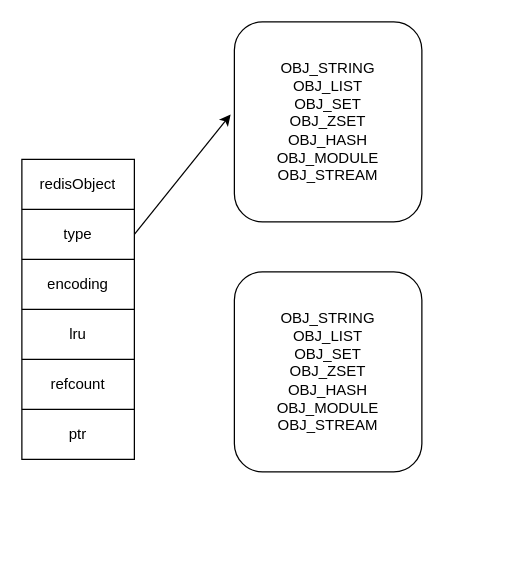
Earlier version of the draw.io diagram redis/redisObject.drawio (erlieStar/diagrams). Source tidied: cells renumbered, new cells numbered last; positions are measured from the earlier drawing's top-left corner, leaving out a move shared by most shapes. Both pictures are drawn from the tidied source at 125%, with x=0, y=0 at pixel (21, 21).
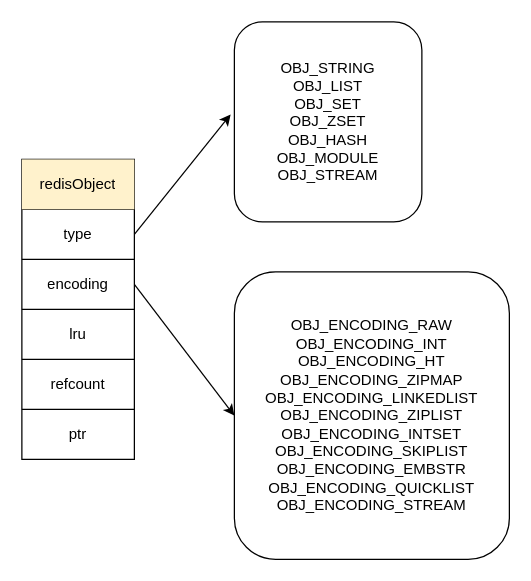
The same page after the edit.

Change to the diagram source:
```diff
@@
 <mxGraphModel>
   <root>
     <mxCell id="0" />
     <mxCell id="1" parent="0" />
     <mxCell id="2" style="shape=table;html=1;whiteSpace=wrap;startSize=0;childLayout=tableLayout;" parent="1" vertex="1">
       <mxGeometry y="110" width="90" height="240" as="geometry" />
     </mxCell>
     <mxCell id="3" style="shape=partialRectangle;html=1;whiteSpace=wrap;fillColor=none;top=0;left=0;bottom=0;right=0;" parent="2" vertex="1">
       <mxGeometry width="90" height="40" as="geometry" />
     </mxCell>
-    <mxCell id="4" value="redisObject" style="shape=partialRectangle;html=1;whiteSpace=wrap;fillColor=none;top=0;left=0;bottom=0;right=0;overflow=hidden;" parent="3" vertex="1">
+    <mxCell id="4" value="redisObject" style="shape=partialRectangle;html=1;whiteSpace=wrap;fillColor=#fff2cc;top=0;left=0;bottom=0;right=0;overflow=hidden;strokeColor=#d6b656;" parent="3" vertex="1">
       <mxGeometry width="90" height="40" as="geometry" />
     </mxCell>
     <mxCell id="5" style="shape=partialRectangle;html=1;whiteSpace=wrap;fillColor=none;top=0;left=0;bottom=0;right=0;points=[[0,0.5],[1,0.5]];portConstraint=eastwest;" parent="2" vertex="1">
       <mxGeometry y="40" width="90" height="40" as="geometry" />
     </mxCell>
     <mxCell id="6" value="type" style="shape=partialRectangle;html=1;whiteSpace=wrap;fillColor=none;top=0;left=0;bottom=0;right=0;overflow=hidden;" parent="5" vertex="1">
       <mxGeometry width="90" height="40" as="geometry" />
     </mxCell>
     <mxCell id="7" style="shape=partialRectangle;html=1;whiteSpace=wrap;fillColor=none;top=0;left=0;bottom=0;right=0;points=[[0,0.5],[1,0.5]];portConstraint=eastwest;" parent="2" vertex="1">
       <mxGeometry y="80" width="90" height="40" as="geometry" />
     </mxCell>
     <mxCell id="8" value="encoding" style="shape=partialRectangle;html=1;whiteSpace=wrap;fillColor=none;top=0;left=0;bottom=0;right=0;overflow=hidden;" parent="7" vertex="1">
       <mxGeometry width="90" height="40" as="geometry" />
     </mxCell>
     <mxCell id="9" style="shape=partialRectangle;html=1;whiteSpace=wrap;fillColor=none;top=0;left=0;bottom=0;right=0;" parent="2" vertex="1">
       <mxGeometry y="120" width="90" height="40" as="geometry" />
     </mxCell>
     <mxCell id="10" value="lru" style="shape=partialRectangle;html=1;whiteSpace=wrap;fillColor=none;top=0;left=0;bottom=0;right=0;overflow=hidden;" parent="9" vertex="1">
       <mxGeometry width="90" height="40" as="geometry" />
     </mxCell>
     <mxCell id="11" style="shape=partialRectangle;html=1;whiteSpace=wrap;fillColor=none;top=0;left=0;bottom=0;right=0;" parent="2" vertex="1">
       <mxGeometry y="160" width="90" height="40" as="geometry" />
     </mxCell>
     <mxCell id="12" value="refcount" style="shape=partialRectangle;html=1;whiteSpace=wrap;fillColor=none;top=0;left=0;bottom=0;right=0;overflow=hidden;" parent="11" vertex="1">
       <mxGeometry width="90" height="40" as="geometry" />
     </mxCell>
     <mxCell id="13" style="shape=partialRectangle;html=1;whiteSpace=wrap;fillColor=none;top=0;left=0;bottom=0;right=0;" parent="2" vertex="1">
       <mxGeometry y="200" width="90" height="40" as="geometry" />
     </mxCell>
     <mxCell id="14" value="ptr" style="shape=partialRectangle;html=1;whiteSpace=wrap;fillColor=none;top=0;left=0;bottom=0;right=0;overflow=hidden;" parent="13" vertex="1">
       <mxGeometry width="90" height="40" as="geometry" />
     </mxCell>
     <mxCell id="15" value="&lt;div&gt;OBJ_STRING&lt;/div&gt;&lt;div&gt;OBJ_LIST&lt;/div&gt;&lt;div&gt;OBJ_SET&lt;/div&gt;&lt;div&gt;OBJ_ZSET&lt;/div&gt;&lt;div&gt;OBJ_HASH&lt;/div&gt;&lt;div&gt;OBJ_MODULE&lt;/div&gt;&lt;div&gt;OBJ_STREAM&lt;/div&gt;" style="rounded=1;whiteSpace=wrap;html=1;" parent="1" vertex="1">
       <mxGeometry x="170" width="150" height="160" as="geometry" />
     </mxCell>
     <mxCell id="16" style="rounded=0;jettySize=auto;html=1;exitX=1;exitY=0.5;exitDx=0;exitDy=0;entryX=-0.02;entryY=0.463;entryDx=0;entryDy=0;entryPerimeter=0;" parent="1" edge="1" source="5" target="15">
       <mxGeometry relative="1" as="geometry" />
     </mxCell>
-    <mxCell id="17" value="&lt;div&gt;OBJ_STRING&lt;/div&gt;&lt;div&gt;OBJ_LIST&lt;/div&gt;&lt;div&gt;OBJ_SET&lt;/div&gt;&lt;div&gt;OBJ_ZSET&lt;/div&gt;&lt;div&gt;OBJ_HASH&lt;/div&gt;&lt;div&gt;OBJ_MODULE&lt;/div&gt;&lt;div&gt;OBJ_STREAM&lt;/div&gt;" style="rounded=1;whiteSpace=wrap;html=1;" parent="1" vertex="1">
-      <mxGeometry x="170" y="200" width="150" height="160" as="geometry" />
+    <mxCell id="17" value="&lt;div&gt;OBJ_ENCODING_RAW&lt;/div&gt;&lt;div&gt;OBJ_ENCODING_INT&lt;/div&gt;&lt;div&gt;OBJ_ENCODING_HT&lt;/div&gt;&lt;div&gt;OBJ_ENCODING_ZIPMAP&lt;/div&gt;&lt;div&gt;OBJ_ENCODING_LINKEDLIST&lt;/div&gt;&lt;div&gt;OBJ_ENCODING_ZIPLIST&lt;/div&gt;&lt;div&gt;OBJ_ENCODING_INTSET&lt;/div&gt;&lt;div&gt;OBJ_ENCODING_SKIPLIST&lt;/div&gt;&lt;div&gt;OBJ_ENCODING_EMBSTR&lt;/div&gt;&lt;div&gt;OBJ_ENCODING_QUICKLIST&lt;/div&gt;&lt;div&gt;OBJ_ENCODING_STREAM&lt;/div&gt;" style="rounded=1;whiteSpace=wrap;html=1;" parent="1" vertex="1">
+      <mxGeometry x="170" y="200" width="220" height="230" as="geometry" />
     </mxCell>
+    <mxCell id="18" style="rounded=0;jettySize=auto;html=1;exitX=1;exitY=0.5;exitDx=0;exitDy=0;entryX=0;entryY=0.5;entryDx=0;entryDy=0;" parent="1" edge="1" source="7" target="17">
+      <mxGeometry relative="1" as="geometry" />
+    </mxCell>
   </root>
 </mxGraphModel>
```
